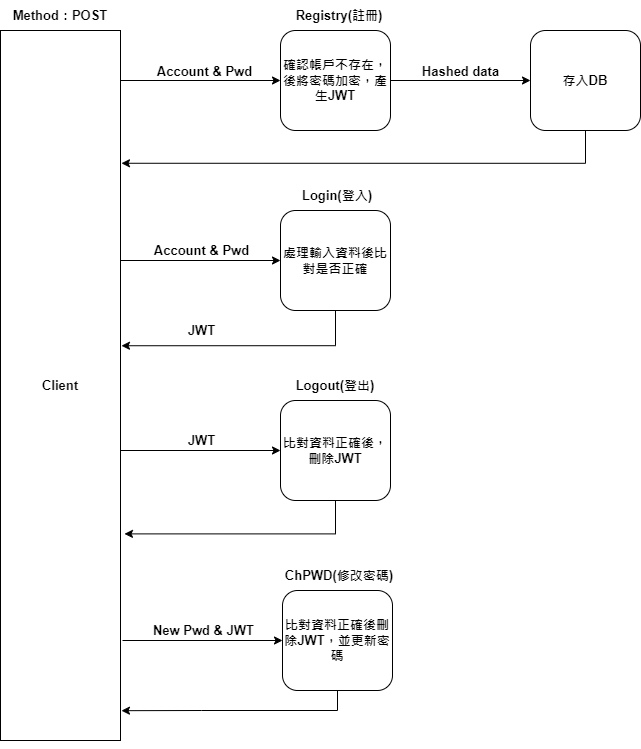
This is chart flow memberServer1.png from Anla3421/myGoMemberServer, a draw.io export, as it was before one commit. Source tidied: cells renumbered, new cells last; positions are measured from the earlier drawing's top-left corner, leaving out a move shared by most shapes. Source of this version:
```xml
<mxGraphModel>
  <root>
    <mxCell id="0" />
    <mxCell id="1" parent="0" />
    <mxCell id="2" style="edgeStyle=orthogonalEdgeStyle;rounded=0;jettySize=auto;html=1;entryX=0;entryY=0.5;entryDx=0;entryDy=0;exitX=0.5;exitY=1;exitDx=0;exitDy=0;fontSize=13;fontStyle=1;" parent="1" edge="1" source="4" target="6">
      <mxGeometry relative="1" as="geometry">
        <Array as="points">
          <mxPoint x="60" y="80" />
        </Array>
      </mxGeometry>
    </mxCell>
    <mxCell id="3" value="Account &amp;amp; Pwd" style="edgeLabel;html=1;align=center;verticalAlign=middle;fontSize=13;fontStyle=1;" parent="2" vertex="1">
      <mxGeometry x="0.81" y="-1" relative="1" as="geometry">
        <mxPoint x="5" y="-11" as="offset" />
      </mxGeometry>
    </mxCell>
    <mxCell id="4" value="Client" style="rounded=0;whiteSpace=wrap;html=1;fontSize=13;fontStyle=1;" parent="1" vertex="1">
      <mxGeometry y="30" width="120" height="710" as="geometry" />
    </mxCell>
    <mxCell id="5" style="edgeStyle=orthogonalEdgeStyle;rounded=0;jettySize=auto;html=1;fontStyle=1;fontSize=13;" parent="1" edge="1" source="6" target="11">
      <mxGeometry relative="1" as="geometry" />
    </mxCell>
    <mxCell id="6" value="確認帳戶不存在，後將密碼加密，產生JWT" style="rounded=1;whiteSpace=wrap;html=1;fontSize=13;fontStyle=1;" parent="1" vertex="1">
      <mxGeometry x="280" y="30" width="110" height="100" as="geometry" />
    </mxCell>
    <mxCell id="7" value="Registry(註冊)" style="text;html=1;strokeColor=none;fillColor=none;align=center;verticalAlign=middle;whiteSpace=wrap;rounded=0;fontSize=13;fontStyle=1;" parent="1" vertex="1">
      <mxGeometry x="279" width="120" height="30" as="geometry" />
    </mxCell>
    <mxCell id="8" style="edgeStyle=orthogonalEdgeStyle;rounded=0;jettySize=auto;html=1;exitX=0.5;exitY=1;exitDx=0;exitDy=0;entryX=1.008;entryY=0.444;entryDx=0;entryDy=0;entryPerimeter=0;fontStyle=1;fontSize=13;" parent="1" edge="1" source="9" target="4">
      <mxGeometry relative="1" as="geometry" />
    </mxCell>
    <mxCell id="9" value="處理輸入資料後比對是否正確" style="rounded=1;whiteSpace=wrap;html=1;fontSize=13;fontStyle=1;" parent="1" vertex="1">
      <mxGeometry x="280" y="210" width="110" height="100" as="geometry" />
    </mxCell>
    <mxCell id="10" style="edgeStyle=orthogonalEdgeStyle;rounded=0;jettySize=auto;html=1;exitX=0.5;exitY=1;exitDx=0;exitDy=0;entryX=1.008;entryY=0.187;entryDx=0;entryDy=0;entryPerimeter=0;fontStyle=1;fontSize=13;" parent="1" edge="1" source="11" target="4">
      <mxGeometry relative="1" as="geometry" />
    </mxCell>
    <mxCell id="11" value="存入DB" style="rounded=1;whiteSpace=wrap;html=1;fontSize=13;fontStyle=1;" parent="1" vertex="1">
      <mxGeometry x="530" y="30" width="110" height="100" as="geometry" />
    </mxCell>
    <mxCell id="12" style="endArrow=classic;html=1;rounded=0;entryX=0;entryY=0.5;entryDx=0;entryDy=0;fontStyle=1;fontSize=13;" parent="1" edge="1" target="9">
      <mxGeometry relative="1" as="geometry">
        <mxPoint x="120" y="260" as="sourcePoint" />
      </mxGeometry>
    </mxCell>
    <mxCell id="13" value="Account &amp;amp; Pwd" style="edgeLabel;html=1;align=center;verticalAlign=middle;fontSize=13;fontStyle=1;" parent="1" vertex="1">
      <mxGeometry x="200.6" y="249" as="geometry" />
    </mxCell>
    <mxCell id="14" value="Hashed data" style="edgeLabel;html=1;align=center;verticalAlign=middle;fontSize=13;fontStyle=1;" parent="1" vertex="1">
      <mxGeometry x="460" y="70" as="geometry" />
    </mxCell>
    <mxCell id="15" value="Login(登入)" style="text;html=1;strokeColor=none;fillColor=none;align=center;verticalAlign=middle;whiteSpace=wrap;rounded=0;fontSize=13;fontStyle=1;" parent="1" vertex="1">
      <mxGeometry x="277" y="180" width="120" height="30" as="geometry" />
    </mxCell>
    <mxCell id="16" style="edgeStyle=orthogonalEdgeStyle;rounded=0;jettySize=auto;html=1;exitX=0.5;exitY=1;exitDx=0;exitDy=0;entryX=1.008;entryY=0.958;entryDx=0;entryDy=0;entryPerimeter=0;fontStyle=1;fontSize=13;" parent="1" edge="1" source="17" target="4">
      <mxGeometry relative="1" as="geometry" />
    </mxCell>
    <mxCell id="17" value="&lt;span style=&quot;font-size: 13px;&quot;&gt;比對&lt;/span&gt;&lt;span style=&quot;font-size: 13px;&quot;&gt;資料&lt;/span&gt;&lt;span style=&quot;font-size: 13px;&quot;&gt;正確後刪除JWT，並更新密碼&lt;/span&gt;" style="rounded=1;whiteSpace=wrap;html=1;fontSize=13;fontStyle=1;" parent="1" vertex="1">
      <mxGeometry x="282" y="590" width="110" height="100" as="geometry" />
    </mxCell>
    <mxCell id="18" style="endArrow=classic;html=1;rounded=0;entryX=0;entryY=0.5;entryDx=0;entryDy=0;fontStyle=1;fontSize=13;" parent="1" edge="1" target="17">
      <mxGeometry relative="1" as="geometry">
        <mxPoint x="122" y="640" as="sourcePoint" />
      </mxGeometry>
    </mxCell>
    <mxCell id="19" value="New Pwd &amp;amp; JWT" style="edgeLabel;html=1;align=center;verticalAlign=middle;fontSize=13;fontStyle=1;" parent="1" vertex="1">
      <mxGeometry x="202.6" y="629" as="geometry" />
    </mxCell>
    <mxCell id="20" value="ChPWD(修改密碼)" style="text;html=1;strokeColor=none;fillColor=none;align=center;verticalAlign=middle;whiteSpace=wrap;rounded=0;fontSize=13;fontStyle=1;" parent="1" vertex="1">
      <mxGeometry x="279" y="560" width="120" height="30" as="geometry" />
    </mxCell>
    <mxCell id="21" style="edgeStyle=orthogonalEdgeStyle;rounded=0;jettySize=auto;html=1;entryX=1.033;entryY=0.709;entryDx=0;entryDy=0;entryPerimeter=0;exitX=0.5;exitY=1;exitDx=0;exitDy=0;fontStyle=1;fontSize=13;" parent="1" edge="1" source="22" target="4">
      <mxGeometry relative="1" as="geometry">
        <Array as="points">
          <mxPoint x="335" y="533" />
        </Array>
      </mxGeometry>
    </mxCell>
    <mxCell id="22" value="&lt;span style=&quot;font-size: 13px;&quot;&gt;比對&lt;/span&gt;資料&lt;span style=&quot;font-size: 13px;&quot;&gt;正確後，刪除JWT&lt;/span&gt;" style="rounded=1;whiteSpace=wrap;html=1;fontSize=13;fontStyle=1;" parent="1" vertex="1">
      <mxGeometry x="280" y="400" width="110" height="100" as="geometry" />
    </mxCell>
    <mxCell id="23" style="endArrow=classic;html=1;rounded=0;entryX=0;entryY=0.5;entryDx=0;entryDy=0;fontStyle=1;fontSize=13;" parent="1" edge="1" target="22">
      <mxGeometry relative="1" as="geometry">
        <mxPoint x="120" y="450" as="sourcePoint" />
      </mxGeometry>
    </mxCell>
    <mxCell id="24" value="JWT" style="edgeLabel;html=1;align=center;verticalAlign=middle;fontSize=13;fontStyle=1;" parent="1" vertex="1">
      <mxGeometry x="200.6" y="439" as="geometry" />
    </mxCell>
    <mxCell id="25" value="Logout(登出)" style="text;html=1;strokeColor=none;fillColor=none;align=center;verticalAlign=middle;whiteSpace=wrap;rounded=0;fontSize=13;fontStyle=1;" parent="1" vertex="1">
      <mxGeometry x="275" y="370" width="120" height="30" as="geometry" />
    </mxCell>
    <mxCell id="26" value="JWT" style="edgeLabel;html=1;align=center;verticalAlign=middle;fontSize=13;fontStyle=1;" parent="1" vertex="1">
      <mxGeometry x="200.6" y="330" as="geometry" />
    </mxCell>
    <mxCell id="27" value="Method：POST" style="text;html=1;strokeColor=none;fillColor=none;align=center;verticalAlign=middle;whiteSpace=wrap;rounded=0;fontStyle=1;fontSize=13;" parent="1" vertex="1">
      <mxGeometry x="10" width="100" height="30" as="geometry" />
    </mxCell>
  </root>
</mxGraphModel>
```
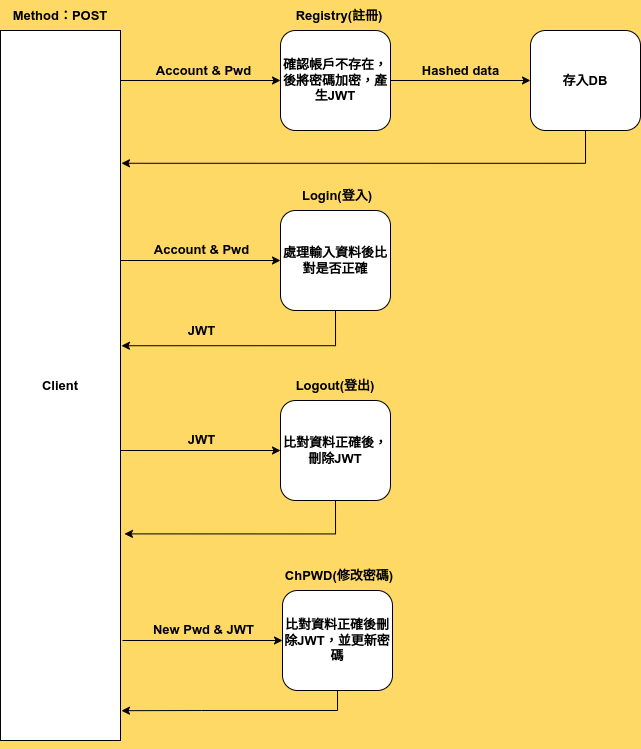
Above is the later version.

The edit, as a diff of the source:
```diff
@@ -1,4 +1,4 @@
-<mxGraphModel>
+<mxGraphModel background="#FFD966">
   <root>
     <mxCell id="0" />
     <mxCell id="1" parent="0" />
@@ -9,11 +9,11 @@
         </Array>
       </mxGeometry>
     </mxCell>
-    <mxCell id="3" value="Account &amp;amp; Pwd" style="edgeLabel;html=1;align=center;verticalAlign=middle;fontSize=13;fontStyle=1;" parent="2" vertex="1">
-      <mxGeometry x="0.81" y="-1" relative="1" as="geometry">
-        <mxPoint x="5" y="-11" as="offset" />
-      </mxGeometry>
-    </mxCell>
+    <mxCell id="28" value="&lt;span style=&quot;background-color: rgb(255, 217, 102);&quot;&gt;Account &amp;amp; Pwd&lt;/span&gt;" style="edgeLabel;html=1;align=center;verticalAlign=middle;fontSize=13;fontStyle=1;" parent="2" vertex="1">
+      <mxGeometry x="0.81" y="-1" relative="1" as="geometry">
+        <mxPoint x="5" y="-11" as="offset" />
+      </mxGeometry>
+    </mxCell>
     <mxCell id="4" value="Client" style="rounded=0;whiteSpace=wrap;html=1;fontSize=13;fontStyle=1;" parent="1" vertex="1">
       <mxGeometry y="30" width="120" height="710" as="geometry" />
     </mxCell>
@@ -38,15 +38,15 @@
     <mxCell id="11" value="存入DB" style="rounded=1;whiteSpace=wrap;html=1;fontSize=13;fontStyle=1;" parent="1" vertex="1">
       <mxGeometry x="530" y="30" width="110" height="100" as="geometry" />
     </mxCell>
-    <mxCell id="12" style="endArrow=classic;html=1;rounded=0;entryX=0;entryY=0.5;entryDx=0;entryDy=0;fontStyle=1;fontSize=13;" parent="1" edge="1" target="9">
-      <mxGeometry relative="1" as="geometry">
-        <mxPoint x="120" y="260" as="sourcePoint" />
-      </mxGeometry>
-    </mxCell>
-    <mxCell id="13" value="Account &amp;amp; Pwd" style="edgeLabel;html=1;align=center;verticalAlign=middle;fontSize=13;fontStyle=1;" parent="1" vertex="1">
-      <mxGeometry x="200.6" y="249" as="geometry" />
-    </mxCell>
+    <mxCell id="29" style="endArrow=classic;html=1;rounded=0;entryX=0;entryY=0.5;entryDx=0;entryDy=0;fontStyle=1;fontSize=13;" parent="1" edge="1" target="9">
+      <mxGeometry relative="1" as="geometry">
+        <mxPoint x="120" y="260" as="sourcePoint" />
+      </mxGeometry>
+    </mxCell>
+    <mxCell id="30" value="&lt;span style=&quot;background-color: rgb(255, 217, 102);&quot;&gt;Account &amp;amp; Pwd&lt;/span&gt;" style="edgeLabel;html=1;align=center;verticalAlign=middle;fontSize=13;fontStyle=1;" parent="1" vertex="1">
+      <mxGeometry x="200.6" y="249" as="geometry" />
+    </mxCell>
-    <mxCell id="14" value="Hashed data" style="edgeLabel;html=1;align=center;verticalAlign=middle;fontSize=13;fontStyle=1;" parent="1" vertex="1">
+    <mxCell id="14" value="&lt;span style=&quot;background-color: rgb(255, 217, 102);&quot;&gt;Hashed data&lt;/span&gt;" style="edgeLabel;html=1;align=center;verticalAlign=middle;fontSize=13;fontStyle=1;" parent="1" vertex="1">
       <mxGeometry x="460" y="70" as="geometry" />
     </mxCell>
     <mxCell id="15" value="Login(登入)" style="text;html=1;strokeColor=none;fillColor=none;align=center;verticalAlign=middle;whiteSpace=wrap;rounded=0;fontSize=13;fontStyle=1;" parent="1" vertex="1">
@@ -58,12 +58,12 @@
     <mxCell id="17" value="&lt;span style=&quot;font-size: 13px;&quot;&gt;比對&lt;/span&gt;&lt;span style=&quot;font-size: 13px;&quot;&gt;資料&lt;/span&gt;&lt;span style=&quot;font-size: 13px;&quot;&gt;正確後刪除JWT，並更新密碼&lt;/span&gt;" style="rounded=1;whiteSpace=wrap;html=1;fontSize=13;fontStyle=1;" parent="1" vertex="1">
       <mxGeometry x="282" y="590" width="110" height="100" as="geometry" />
     </mxCell>
-    <mxCell id="18" style="endArrow=classic;html=1;rounded=0;entryX=0;entryY=0.5;entryDx=0;entryDy=0;fontStyle=1;fontSize=13;" parent="1" edge="1" target="17">
-      <mxGeometry relative="1" as="geometry">
-        <mxPoint x="122" y="640" as="sourcePoint" />
-      </mxGeometry>
-    </mxCell>
+    <mxCell id="31" style="endArrow=classic;html=1;rounded=0;entryX=0;entryY=0.5;entryDx=0;entryDy=0;fontStyle=1;fontSize=13;" parent="1" edge="1" target="17">
+      <mxGeometry relative="1" as="geometry">
+        <mxPoint x="122" y="640" as="sourcePoint" />
+      </mxGeometry>
+    </mxCell>
-    <mxCell id="19" value="New Pwd &amp;amp; JWT" style="edgeLabel;html=1;align=center;verticalAlign=middle;fontSize=13;fontStyle=1;" parent="1" vertex="1">
+    <mxCell id="19" value="&lt;span style=&quot;background-color: rgb(255, 217, 102);&quot;&gt;New Pwd &amp;amp; JWT&lt;/span&gt;" style="edgeLabel;html=1;align=center;verticalAlign=middle;fontSize=13;fontStyle=1;" parent="1" vertex="1">
       <mxGeometry x="202.6" y="629" as="geometry" />
     </mxCell>
     <mxCell id="20" value="ChPWD(修改密碼)" style="text;html=1;strokeColor=none;fillColor=none;align=center;verticalAlign=middle;whiteSpace=wrap;rounded=0;fontSize=13;fontStyle=1;" parent="1" vertex="1">
@@ -79,20 +79,20 @@
     <mxCell id="22" value="&lt;span style=&quot;font-size: 13px;&quot;&gt;比對&lt;/span&gt;資料&lt;span style=&quot;font-size: 13px;&quot;&gt;正確後，刪除JWT&lt;/span&gt;" style="rounded=1;whiteSpace=wrap;html=1;fontSize=13;fontStyle=1;" parent="1" vertex="1">
       <mxGeometry x="280" y="400" width="110" height="100" as="geometry" />
     </mxCell>
-    <mxCell id="23" style="endArrow=classic;html=1;rounded=0;entryX=0;entryY=0.5;entryDx=0;entryDy=0;fontStyle=1;fontSize=13;" parent="1" edge="1" target="22">
-      <mxGeometry relative="1" as="geometry">
-        <mxPoint x="120" y="450" as="sourcePoint" />
-      </mxGeometry>
-    </mxCell>
-    <mxCell id="24" value="JWT" style="edgeLabel;html=1;align=center;verticalAlign=middle;fontSize=13;fontStyle=1;" parent="1" vertex="1">
-      <mxGeometry x="200.6" y="439" as="geometry" />
-    </mxCell>
+    <mxCell id="32" style="endArrow=classic;html=1;rounded=0;entryX=0;entryY=0.5;entryDx=0;entryDy=0;fontStyle=1;fontSize=13;" parent="1" edge="1" target="22">
+      <mxGeometry relative="1" as="geometry">
+        <mxPoint x="120" y="450" as="sourcePoint" />
+      </mxGeometry>
+    </mxCell>
+    <mxCell id="33" value="&lt;span style=&quot;background-color: rgb(255, 217, 102);&quot;&gt;JWT&lt;/span&gt;" style="edgeLabel;html=1;align=center;verticalAlign=middle;fontSize=13;fontStyle=1;" parent="1" vertex="1">
+      <mxGeometry x="200.6" y="439" as="geometry" />
+    </mxCell>
     <mxCell id="25" value="Logout(登出)" style="text;html=1;strokeColor=none;fillColor=none;align=center;verticalAlign=middle;whiteSpace=wrap;rounded=0;fontSize=13;fontStyle=1;" parent="1" vertex="1">
       <mxGeometry x="275" y="370" width="120" height="30" as="geometry" />
     </mxCell>
-    <mxCell id="26" value="JWT" style="edgeLabel;html=1;align=center;verticalAlign=middle;fontSize=13;fontStyle=1;" parent="1" vertex="1">
-      <mxGeometry x="200.6" y="330" as="geometry" />
-    </mxCell>
+    <mxCell id="34" value="&lt;span style=&quot;background-color: rgb(255, 217, 102);&quot;&gt;JWT&lt;/span&gt;" style="edgeLabel;html=1;align=center;verticalAlign=middle;fontSize=13;fontStyle=1;" parent="1" vertex="1">
+      <mxGeometry x="200.6" y="330" as="geometry" />
+    </mxCell>
     <mxCell id="27" value="Method：POST" style="text;html=1;strokeColor=none;fillColor=none;align=center;verticalAlign=middle;whiteSpace=wrap;rounded=0;fontStyle=1;fontSize=13;" parent="1" vertex="1">
       <mxGeometry x="10" width="100" height="30" as="geometry" />
     </mxCell>
```
